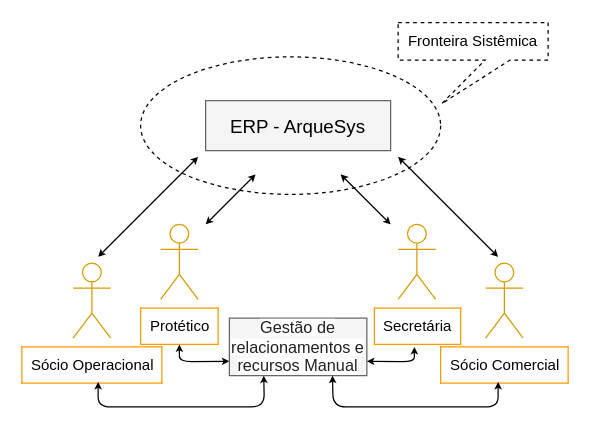
This is SoftwareEngineering/Fronteira Sistêmica v6.drawio from Igorltds/ads, a draw.io file, before an edit. Source tidied: cells renumbered, new cells numbered last; positions are measured from the earlier drawing's top-left corner, leaving out a move shared by most shapes. Both pictures are drawn from the tidied source at 125%, with x=0, y=0 at pixel (72, 21).
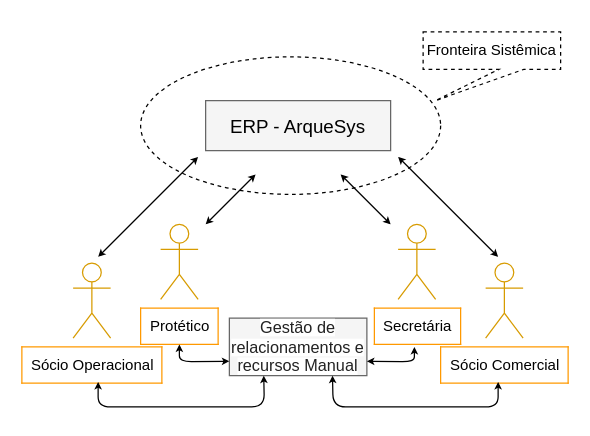
Above is the later version.

The edit, as a diff of the source:
```diff
@@
-    <mxCell id="6" value="Fronteira Sistêmica" style="shape=callout;whiteSpace=wrap;html=1;perimeter=calloutPerimeter;position2=0.29;dashed=1;size=35;position=0.58;base=20;" parent="1" vertex="1">
-      <mxGeometry x="260" y="0.5" width="120" height="65" as="geometry" />
+    <mxCell id="6" value="Fronteira Sistêmica" style="shape=callout;whiteSpace=wrap;html=1;perimeter=calloutPerimeter;position2=0.09;dashed=1;size=25;position=0.55;base=20;" parent="1" vertex="1">
+      <mxGeometry x="280" y="8" width="110" height="55" as="geometry" />
     </mxCell>
```
